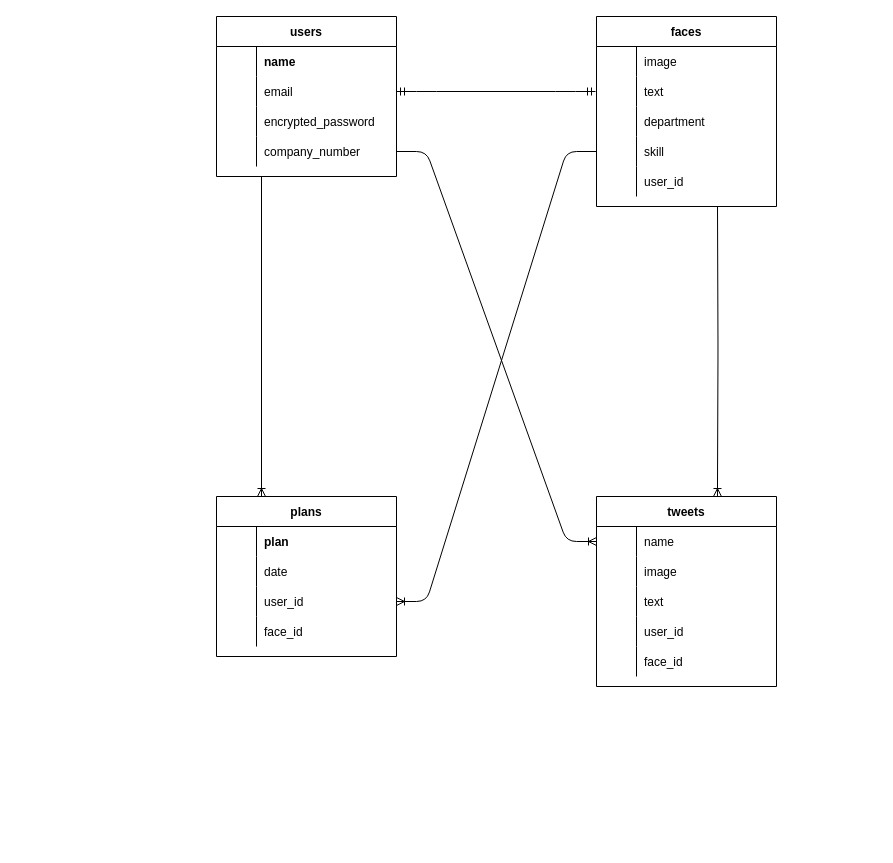
This is test.dio from keisuzuk-rush/kaopita-36389, a draw.io file, before an edit. Source tidied: cells renumbered, new cells numbered last; positions are measured from the earlier drawing's top-left corner, leaving out a move shared by most shapes. Both pictures are drawn from the tidied source at 100%, with x=0, y=0 at pixel (216, 16).
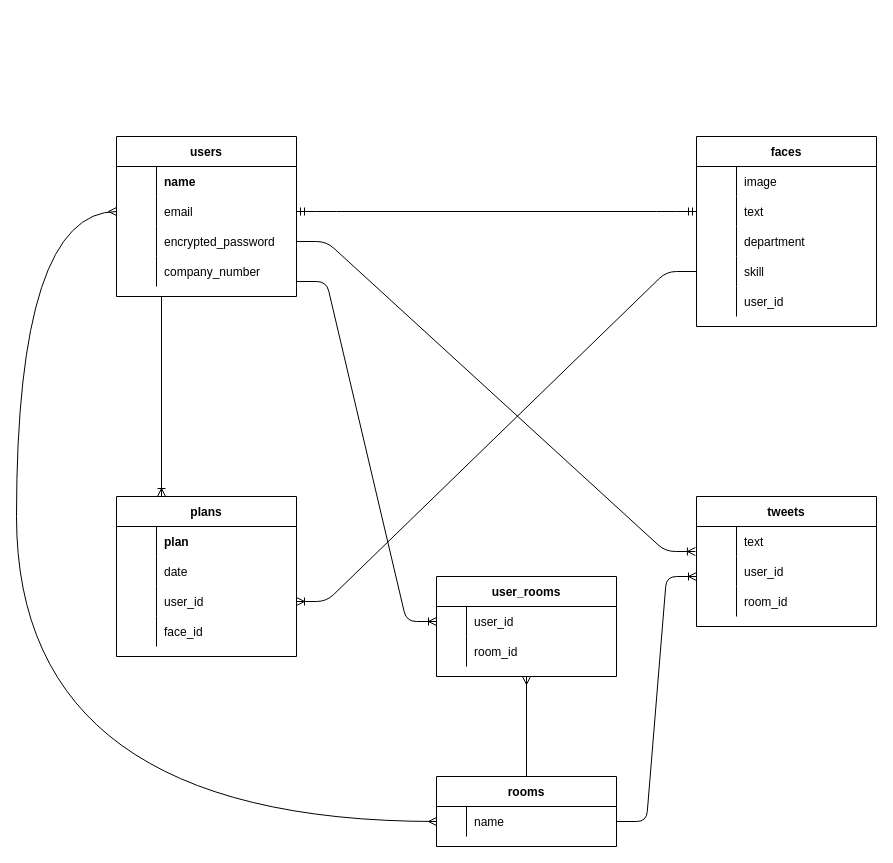
The same page after the edit.

Commit message (it also covers changes not shown here):
テーブル設計

The change refers to these unchanged cells:
```xml
<mxCell id="6" style="shape=partialRectangle;fillColor=none;top=0;left=0;bottom=0;right=0;points=[[0,0.5],[1,0.5]];portConstraint=eastwest;" parent="2" vertex="1">
  <mxGeometry y="60" width="180" height="30" as="geometry" />
</mxCell>
<mxCell id="9" style="shape=partialRectangle;fillColor=none;top=0;left=0;bottom=0;right=0;points=[[0,0.5],[1,0.5]];portConstraint=eastwest;" parent="2" vertex="1">
  <mxGeometry y="90" width="180" height="30" as="geometry" />
</mxCell>
<mxCell id="35" style="shape=partialRectangle;fillColor=none;top=0;left=0;bottom=0;right=0;points=[[0,0.5],[1,0.5]];portConstraint=eastwest;" parent="31" vertex="1">
  <mxGeometry y="60" width="180" height="30" as="geometry" />
</mxCell>
<mxCell id="57" style="shape=partialRectangle;fillColor=none;top=0;left=0;bottom=0;right=0;" parent="47" vertex="1">
  <mxGeometry y="120" width="180" height="30" as="geometry" />
</mxCell>
```

What changed in the source:
```diff
@@
     <mxCell id="2" value="users" style="shape=table;startSize=30;childLayout=tableLayout;rowLines=0;fontStyle=1;align=center;" parent="1" vertex="1">
-      <mxGeometry width="180" height="160" as="geometry" />
+      <mxGeometry x="-100" y="120" width="180" height="160" as="geometry" />
     </mxCell>
@@
     <mxCell id="15" value="tweets" style="shape=table;startSize=30;childLayout=tableLayout;rowLines=0;fontStyle=1;align=center;" parent="1" vertex="1">
-      <mxGeometry x="380" y="480" width="180" height="190" as="geometry" />
+      <mxGeometry x="480" y="480" width="180" height="130" as="geometry" />
     </mxCell>
-    <mxCell id="16" style="shape=partialRectangle;fillColor=none;top=0;left=0;bottom=0;right=0;" parent="15" vertex="1">
-      <mxGeometry y="30" width="180" height="30" as="geometry" />
-    </mxCell>
-    <mxCell id="17" style="shape=partialRectangle;fillColor=none;top=0;left=0;bottom=0;right=0;overflow=hidden;" parent="16" vertex="1">
-      <mxGeometry width="40" height="30" as="geometry" />
-    </mxCell>
-    <mxCell id="18" value="name" style="shape=partialRectangle;fillColor=none;top=0;left=0;bottom=0;right=0;align=left;spacingLeft=6;overflow=hidden;" parent="16" vertex="1">
-      <mxGeometry x="40" width="140" height="30" as="geometry" />
-    </mxCell>
-    <mxCell id="19" style="shape=partialRectangle;fillColor=none;top=0;left=0;bottom=0;right=0;" parent="15" vertex="1">
-      <mxGeometry y="60" width="180" height="30" as="geometry" />
-    </mxCell>
-    <mxCell id="20" style="shape=partialRectangle;fillColor=none;top=0;left=0;bottom=0;right=0;overflow=hidden;" parent="19" vertex="1">
-      <mxGeometry width="40" height="30" as="geometry" />
-    </mxCell>
-    <mxCell id="21" value="image" style="shape=partialRectangle;fillColor=none;top=0;left=0;bottom=0;right=0;align=left;spacingLeft=6;overflow=hidden;" parent="19" vertex="1">
-      <mxGeometry x="40" width="140" height="30" as="geometry" />
-    </mxCell>
     <mxCell id="22" style="shape=partialRectangle;fillColor=none;top=0;left=0;bottom=0;right=0;" parent="15" vertex="1">
-      <mxGeometry y="90" width="180" height="30" as="geometry" />
+      <mxGeometry y="30" width="180" height="30" as="geometry" />
     </mxCell>
@@
     <mxCell id="25" style="shape=partialRectangle;fillColor=none;top=0;left=0;bottom=0;right=0;" parent="15" vertex="1">
-      <mxGeometry y="120" width="180" height="30" as="geometry" />
+      <mxGeometry y="60" width="180" height="30" as="geometry" />
     </mxCell>
@@
-    <mxCell id="28" style="shape=partialRectangle;fillColor=none;top=0;left=0;bottom=0;right=0;" parent="15" vertex="1">
-      <mxGeometry y="150" width="180" height="30" as="geometry" />
-    </mxCell>
-    <mxCell id="29" style="shape=partialRectangle;fillColor=none;top=0;left=0;bottom=0;right=0;overflow=hidden;" parent="28" vertex="1">
-      <mxGeometry width="40" height="30" as="geometry" />
-    </mxCell>
-    <mxCell id="30" value="face_id" style="shape=partialRectangle;fillColor=none;top=0;left=0;bottom=0;right=0;align=left;spacingLeft=6;overflow=hidden;" parent="28" vertex="1">
-      <mxGeometry x="40" width="140" height="30" as="geometry" />
-    </mxCell>
+    <mxCell id="65" style="shape=partialRectangle;fillColor=none;top=0;left=0;bottom=0;right=0;" parent="15" vertex="1">
+      <mxGeometry y="90" width="180" height="30" as="geometry" />
+    </mxCell>
+    <mxCell id="66" style="shape=partialRectangle;fillColor=none;top=0;left=0;bottom=0;right=0;overflow=hidden;" parent="65" vertex="1">
+      <mxGeometry width="40" height="30" as="geometry" />
+    </mxCell>
+    <mxCell id="67" value="room_id" style="shape=partialRectangle;fillColor=none;top=0;left=0;bottom=0;right=0;align=left;spacingLeft=6;overflow=hidden;" parent="65" vertex="1">
+      <mxGeometry x="40" width="140" height="30" as="geometry" />
+    </mxCell>
     <mxCell id="31" value="faces" style="shape=table;startSize=30;childLayout=tableLayout;rowLines=0;fontStyle=1;align=center;" parent="1" vertex="1">
-      <mxGeometry x="380" width="180" height="190" as="geometry" />
+      <mxGeometry x="480" y="120" width="180" height="190" as="geometry" />
     </mxCell>
@@
     <mxCell id="47" value="plans" style="shape=table;startSize=30;childLayout=tableLayout;rowLines=0;fontStyle=1;align=center;" parent="1" vertex="1">
-      <mxGeometry y="480" width="180" height="160" as="geometry" />
+      <mxGeometry x="-100" y="480" width="180" height="160" as="geometry" />
     </mxCell>
@@
-    <mxCell id="58" style="shape=partialRectangle;fillColor=none;top=0;left=0;bottom=0;right=0;overflow=hidden;" parent="57" vertex="1">
-      <mxGeometry width="40" height="30" as="geometry" />
-    </mxCell>
-    <mxCell id="59" value="face_id" style="shape=partialRectangle;fillColor=none;top=0;left=0;bottom=0;right=0;align=left;spacingLeft=6;overflow=hidden;" parent="57" vertex="1">
-      <mxGeometry x="40" width="140" height="30" as="geometry" />
-    </mxCell>
+    <mxCell id="68" style="shape=partialRectangle;fillColor=none;top=0;left=0;bottom=0;right=0;overflow=hidden;" parent="57" vertex="1">
+      <mxGeometry width="40" height="30" as="geometry" />
+    </mxCell>
+    <mxCell id="69" value="face_id" style="shape=partialRectangle;fillColor=none;top=0;left=0;bottom=0;right=0;align=left;spacingLeft=6;overflow=hidden;" parent="57" vertex="1">
+      <mxGeometry x="40" width="140" height="30" as="geometry" />
+    </mxCell>
-    <mxCell id="60" style="edgeStyle=entityRelationEdgeStyle;fontSize=12;html=1;endArrow=ERmandOne;startArrow=ERmandOne;exitX=1;exitY=0.5;exitDx=0;exitDy=0;" parent="1" edge="1" source="6">
-      <mxGeometry relative="1" as="geometry">
-        <mxPoint x="379" y="75" as="targetPoint" />
-      </mxGeometry>
+    <mxCell id="60" style="edgeStyle=entityRelationEdgeStyle;fontSize=12;html=1;endArrow=ERmandOne;startArrow=ERmandOne;exitX=1;exitY=0.5;exitDx=0;exitDy=0;entryX=0;entryY=0.5;entryDx=0;entryDy=0;" parent="1" edge="1" source="6" target="35">
+      <mxGeometry relative="1" as="geometry" />
     </mxCell>
-    <mxCell id="61" style="edgeStyle=entityRelationEdgeStyle;fontSize=12;html=1;endArrow=ERoneToMany;exitX=1;exitY=0.5;exitDx=0;exitDy=0;" parent="1" edge="1">
+    <mxCell id="61" style="edgeStyle=entityRelationEdgeStyle;fontSize=12;html=1;endArrow=ERoneToMany;entryX=-0.006;entryY=0.833;entryDx=0;entryDy=0;entryPerimeter=0;" parent="1" edge="1" source="9">
       <mxGeometry relative="1" as="geometry">
-        <mxPoint x="180" y="135" as="sourcePoint" />
-        <mxPoint x="380" y="525" as="targetPoint" />
+        <mxPoint x="478.9" y="535" as="targetPoint" />
       </mxGeometry>
     </mxCell>
@@
-    <mxCell id="64" style="edgeStyle=orthogonalEdgeStyle;fontSize=12;html=1;endArrow=ERoneToMany;entryX=0.672;entryY=0;entryDx=0;entryDy=0;entryPerimeter=0;" parent="1" edge="1" target="15">
-      <mxGeometry relative="1" as="geometry">
-        <mxPoint x="501" y="190" as="sourcePoint" />
-      </mxGeometry>
-    </mxCell>
+    <mxCell id="70" value="user_rooms" style="shape=table;startSize=30;childLayout=tableLayout;rowLines=0;fontStyle=1;align=center;" parent="1" vertex="1">
+      <mxGeometry x="220" y="560" width="180" height="100" as="geometry" />
+    </mxCell>
+    <mxCell id="71" style="shape=partialRectangle;fillColor=none;top=0;left=0;bottom=0;right=0;points=[[0,0.5],[1,0.5]];portConstraint=eastwest;" parent="70" vertex="1">
+      <mxGeometry y="30" width="180" height="30" as="geometry" />
+    </mxCell>
+    <mxCell id="72" style="shape=partialRectangle;fillColor=none;top=0;left=0;bottom=0;right=0;overflow=hidden;" parent="71" vertex="1">
+      <mxGeometry width="30" height="30" as="geometry" />
+    </mxCell>
+    <mxCell id="73" value="user_id" style="shape=partialRectangle;fillColor=none;top=0;left=0;bottom=0;right=0;align=left;spacingLeft=6;overflow=hidden;" parent="71" vertex="1">
+      <mxGeometry x="30" width="150" height="30" as="geometry" />
+    </mxCell>
+    <mxCell id="19" style="shape=partialRectangle;fillColor=none;top=0;left=0;bottom=0;right=0;" parent="70" vertex="1">
+      <mxGeometry y="60" width="180" height="30" as="geometry" />
+    </mxCell>
+    <mxCell id="74" style="shape=partialRectangle;fillColor=none;top=0;left=0;bottom=0;right=0;overflow=hidden;" parent="19" vertex="1">
+      <mxGeometry width="30" height="30" as="geometry" />
+    </mxCell>
+    <mxCell id="75" value="room_id" style="shape=partialRectangle;fillColor=none;top=0;left=0;bottom=0;right=0;align=left;spacingLeft=6;overflow=hidden;" parent="19" vertex="1">
+      <mxGeometry x="30" width="150" height="30" as="geometry" />
+    </mxCell>
+    <mxCell id="76" style="edgeStyle=orthogonalEdgeStyle;rounded=0;jettySize=auto;html=1;exitX=0.5;exitY=0;exitDx=0;exitDy=0;entryX=0.5;entryY=1;entryDx=0;entryDy=0;endArrow=ERmany;endFill=0;" parent="1" edge="1" source="77" target="70">
+      <mxGeometry relative="1" as="geometry" />
+    </mxCell>
+    <mxCell id="77" value="rooms" style="shape=table;startSize=30;childLayout=tableLayout;rowLines=0;fontStyle=1;align=center;" parent="1" vertex="1">
+      <mxGeometry x="220" y="760" width="180" height="70" as="geometry" />
+    </mxCell>
+    <mxCell id="78" style="shape=partialRectangle;fillColor=none;top=0;left=0;bottom=0;right=0;points=[[0,0.5],[1,0.5]];portConstraint=eastwest;" parent="77" vertex="1">
+      <mxGeometry y="30" width="180" height="30" as="geometry" />
+    </mxCell>
+    <mxCell id="79" style="shape=partialRectangle;fillColor=none;top=0;left=0;bottom=0;right=0;overflow=hidden;" parent="78" vertex="1">
+      <mxGeometry width="30" height="30" as="geometry" />
+    </mxCell>
+    <mxCell id="18" value="name" style="shape=partialRectangle;fillColor=none;top=0;left=0;bottom=0;right=0;align=left;spacingLeft=6;overflow=hidden;" parent="78" vertex="1">
+      <mxGeometry x="30" width="150" height="30" as="geometry" />
+    </mxCell>
+    <mxCell id="80" style="edgeStyle=entityRelationEdgeStyle;fontSize=12;html=1;endArrow=ERoneToMany;entryX=0;entryY=0.5;entryDx=0;entryDy=0;" parent="1" edge="1" target="71">
+      <mxGeometry relative="1" as="geometry">
+        <mxPoint x="80" y="265" as="sourcePoint" />
+      </mxGeometry>
+    </mxCell>
+    <mxCell id="81" style="edgeStyle=orthogonalEdgeStyle;curved=1;rounded=0;jettySize=auto;html=1;exitX=0;exitY=0.5;exitDx=0;exitDy=0;endArrow=ERmany;endFill=0;entryX=0;entryY=0.5;entryDx=0;entryDy=0;startArrow=ERmany;startFill=0;" parent="1" edge="1" source="78" target="6">
+      <mxGeometry relative="1" as="geometry">
+        <Array as="points">
+          <mxPoint x="-200" y="805" />
+          <mxPoint x="-200" y="195" />
+        </Array>
+      </mxGeometry>
+    </mxCell>
+    <mxCell id="82" style="edgeStyle=entityRelationEdgeStyle;fontSize=12;html=1;endArrow=ERoneToMany;" parent="1" edge="1">
+      <mxGeometry relative="1" as="geometry">
+        <mxPoint x="400" y="805" as="sourcePoint" />
+        <mxPoint x="480" y="560" as="targetPoint" />
+      </mxGeometry>
+    </mxCell>
```
